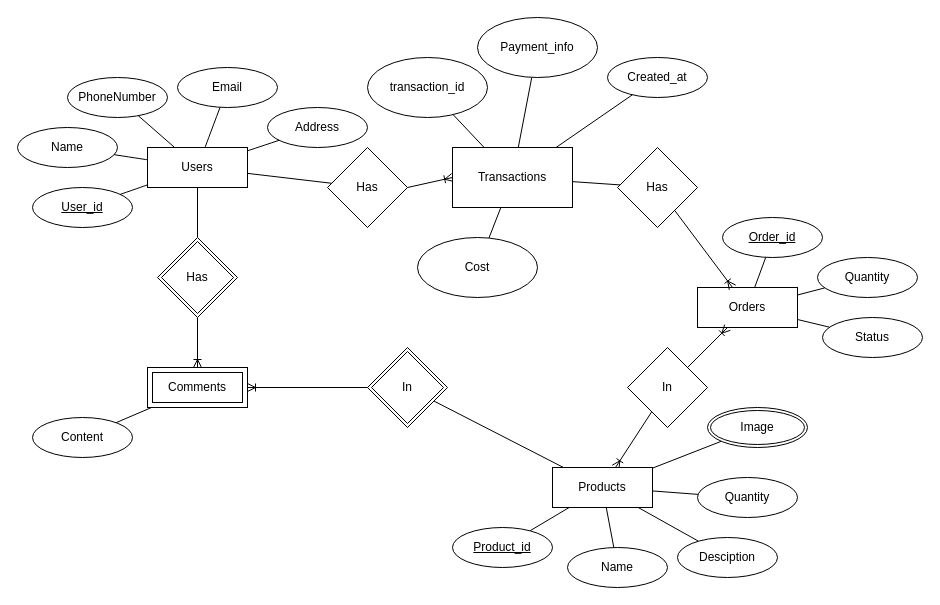
The draw.io diagram page "lược đồ E-R" (1 of 2) of Untitled Diagram.drawio in nguyenson66/smart_phone, before the edit. Source tidied: cells renumbered, new cells numbered last; positions are measured from the earlier drawing's top-left corner, leaving out a move shared by most shapes. Both pictures are drawn from the tidied source at 100%, with x=0, y=0 at pixel (17, 17).
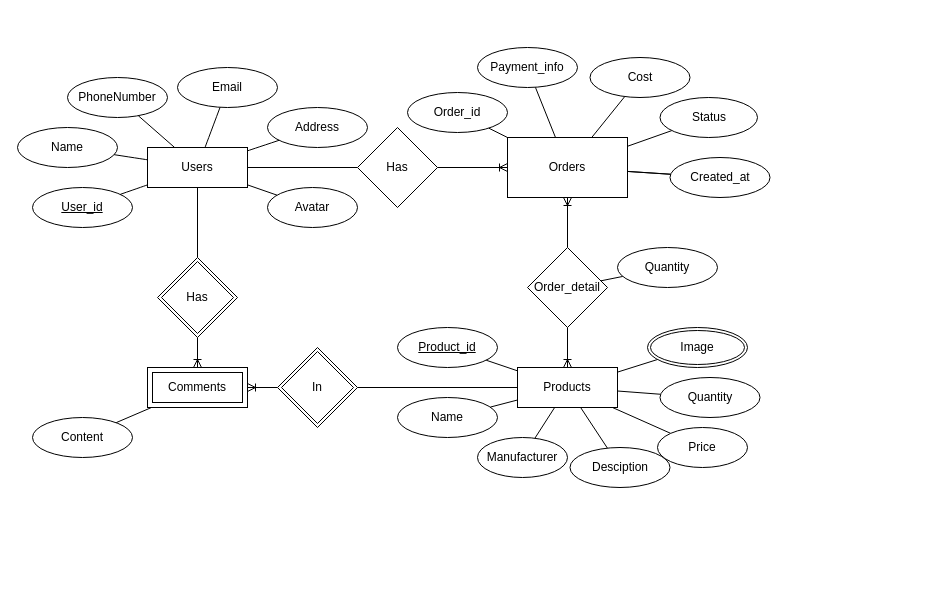
Above is the later version.

The change refers to these unchanged cells:
```xml
<mxCell id="3" value="Users" style="whiteSpace=wrap;html=1;align=center;" parent="1" vertex="1">
  <mxGeometry x="130" y="130" width="100" height="40" as="geometry" />
</mxCell>
```

The edit, as a diff of the source:
```diff
@@
+    <mxCell id="60" style="edgeStyle=none;rounded=0;jettySize=auto;html=1;startArrow=none;startFill=0;endArrow=none;endFill=0;" parent="1" edge="1" source="3" target="68">
+      <mxGeometry relative="1" as="geometry" />
+    </mxCell>
@@
-    <mxCell id="4" style="edgeStyle=none;rounded=1;jettySize=auto;html=1;startArrow=ERoneToMany;startFill=0;endArrow=none;endFill=0;strokeColor=default;" parent="1" edge="1" source="5" target="40">
-      <mxGeometry relative="1" as="geometry" />
-    </mxCell>
+    <mxCell id="61" style="edgeStyle=none;rounded=0;jettySize=auto;html=1;startArrow=none;startFill=0;endArrow=none;endFill=0;" parent="1" edge="1" source="5" target="66">
+      <mxGeometry relative="1" as="geometry" />
+    </mxCell>
+    <mxCell id="62" style="edgeStyle=none;rounded=0;jettySize=auto;html=1;startArrow=none;startFill=0;endArrow=none;endFill=0;" parent="1" edge="1" source="5" target="67">
+      <mxGeometry relative="1" as="geometry" />
+    </mxCell>
     <mxCell id="5" value="Products" style="whiteSpace=wrap;html=1;align=center;" parent="1" vertex="1">
-      <mxGeometry x="535" y="450" width="100" height="40" as="geometry" />
+      <mxGeometry x="500" y="350" width="100" height="40" as="geometry" />
     </mxCell>
-    <mxCell id="6" value="Orders" style="whiteSpace=wrap;html=1;align=center;" parent="1" vertex="1">
-      <mxGeometry x="680" y="270" width="100" height="40" as="geometry" />
-    </mxCell>
@@
     <mxCell id="13" value="Product_id" style="ellipse;whiteSpace=wrap;html=1;align=center;fontStyle=4;" parent="1" vertex="1">
-      <mxGeometry x="435" y="510" width="100" height="40" as="geometry" />
+      <mxGeometry x="380" y="310" width="100" height="40" as="geometry" />
     </mxCell>
@@
     <mxCell id="15" value="Name" style="ellipse;whiteSpace=wrap;html=1;align=center;" parent="1" vertex="1">
-      <mxGeometry x="550" y="530" width="100" height="40" as="geometry" />
+      <mxGeometry x="380" y="380" width="100" height="40" as="geometry" />
     </mxCell>
@@
     <mxCell id="17" value="Desciption" style="ellipse;whiteSpace=wrap;html=1;align=center;" parent="1" vertex="1">
-      <mxGeometry x="660" y="520" width="100" height="40" as="geometry" />
+      <mxGeometry x="552.5" y="430" width="100" height="40" as="geometry" />
     </mxCell>
@@
     <mxCell id="19" value="Quantity" style="ellipse;whiteSpace=wrap;html=1;align=center;" parent="1" vertex="1">
-      <mxGeometry x="680" y="460" width="100" height="40" as="geometry" />
+      <mxGeometry x="642.5" y="360" width="100" height="40" as="geometry" />
     </mxCell>
-    <mxCell id="20" style="edgeStyle=none;rounded=1;jettySize=auto;html=1;endArrow=none;endFill=0;strokeColor=default;" parent="1" edge="1" source="21" target="6">
-      <mxGeometry relative="1" as="geometry" />
-    </mxCell>
-    <mxCell id="21" value="Order_id" style="ellipse;whiteSpace=wrap;html=1;align=center;fontStyle=4;" parent="1" vertex="1">
-      <mxGeometry x="705" y="200" width="100" height="40" as="geometry" />
-    </mxCell>
-    <mxCell id="22" style="edgeStyle=none;rounded=1;jettySize=auto;html=1;endArrow=none;endFill=0;strokeColor=default;" parent="1" edge="1" source="23" target="6">
-      <mxGeometry relative="1" as="geometry" />
-    </mxCell>
-    <mxCell id="23" value="Quantity" style="ellipse;whiteSpace=wrap;html=1;align=center;" parent="1" vertex="1">
-      <mxGeometry x="800" y="240" width="100" height="40" as="geometry" />
-    </mxCell>
-    <mxCell id="24" style="edgeStyle=none;rounded=1;jettySize=auto;html=1;endArrow=none;endFill=0;strokeColor=default;" parent="1" edge="1" source="25" target="6">
-      <mxGeometry relative="1" as="geometry" />
-    </mxCell>
-    <mxCell id="25" value="Status" style="ellipse;whiteSpace=wrap;html=1;align=center;" parent="1" vertex="1">
-      <mxGeometry x="805" y="300" width="100" height="40" as="geometry" />
-    </mxCell>
@@
     <mxCell id="35" value="Has" style="rhombus;whiteSpace=wrap;html=1;" parent="1" vertex="1">
-      <mxGeometry x="310" y="130" width="80" height="80" as="geometry" />
+      <mxGeometry x="340" y="110" width="80" height="80" as="geometry" />
     </mxCell>
     <mxCell id="36" value="Created_at" style="ellipse;whiteSpace=wrap;html=1;align=center;" parent="1" vertex="1">
-      <mxGeometry x="590" y="40" width="100" height="40" as="geometry" />
+      <mxGeometry x="652.5" y="140" width="100" height="40" as="geometry" />
     </mxCell>
@@
     <mxCell id="38" value="Image" style="ellipse;shape=doubleEllipse;margin=3;whiteSpace=wrap;html=1;align=center;" parent="1" vertex="1">
-      <mxGeometry x="690" y="390" width="100" height="40" as="geometry" />
+      <mxGeometry x="630" y="310" width="100" height="40" as="geometry" />
     </mxCell>
-    <mxCell id="39" style="rounded=0;jettySize=auto;html=1;endArrow=ERoneToMany;endFill=0;" parent="1" edge="1" source="40" target="6">
-      <mxGeometry relative="1" as="geometry" />
-    </mxCell>
-    <mxCell id="40" value="In" style="rhombus;whiteSpace=wrap;html=1;" parent="1" vertex="1">
-      <mxGeometry x="610" y="330" width="80" height="80" as="geometry" />
-    </mxCell>
-    <mxCell id="41" style="edgeStyle=none;rounded=1;orthogonalLoop=1;jettySize=auto;html=1;exitX=0.5;exitY=1;exitDx=0;exitDy=0;startArrow=none;startFill=0;endArrow=none;endFill=0;strokeColor=default;" parent="1" edge="1" source="23" target="23">
-      <mxGeometry relative="1" as="geometry" />
+    <mxCell id="41" style="edgeStyle=none;rounded=1;orthogonalLoop=1;jettySize=auto;html=1;exitX=0.5;exitY=1;exitDx=0;exitDy=0;startArrow=none;startFill=0;endArrow=none;endFill=0;strokeColor=default;" parent="1" edge="1">
+      <mxGeometry relative="1" as="geometry">
+        <mxPoint x="720" y="250" as="sourcePoint" />
+        <mxPoint x="720" y="250" as="targetPoint" />
+      </mxGeometry>
     </mxCell>
@@
     <mxCell id="47" value="Has" style="shape=rhombus;double=1;perimeter=rhombusPerimeter;whiteSpace=wrap;html=1;align=center;" parent="1" vertex="1">
-      <mxGeometry x="140" y="220" width="80" height="80" as="geometry" />
+      <mxGeometry x="140" y="240" width="80" height="80" as="geometry" />
     </mxCell>
     <mxCell id="48" value="In" style="shape=rhombus;double=1;perimeter=rhombusPerimeter;whiteSpace=wrap;html=1;align=center;" parent="1" vertex="1">
-      <mxGeometry x="350" y="330" width="80" height="80" as="geometry" />
+      <mxGeometry x="260" y="330" width="80" height="80" as="geometry" />
     </mxCell>
@@
-    <mxCell id="50" style="edgeStyle=none;rounded=0;jettySize=auto;html=1;startArrow=none;startFill=0;endArrow=none;endFill=0;" parent="1" edge="1" source="54" target="57">
+    <mxCell id="50" style="edgeStyle=none;rounded=0;jettySize=auto;html=1;startArrow=ERoneToMany;startFill=0;endArrow=none;endFill=0;" parent="1" edge="1" source="54" target="57">
       <mxGeometry relative="1" as="geometry" />
     </mxCell>
@@
+    <mxCell id="63" style="edgeStyle=none;rounded=0;jettySize=auto;html=1;startArrow=none;startFill=0;endArrow=none;endFill=0;" parent="1" edge="1" source="54" target="36">
+      <mxGeometry relative="1" as="geometry" />
+    </mxCell>
+    <mxCell id="64" style="edgeStyle=none;rounded=0;jettySize=auto;html=1;startArrow=none;startFill=0;endArrow=none;endFill=0;" parent="1" edge="1" source="54" target="25">
+      <mxGeometry relative="1" as="geometry" />
+    </mxCell>
-    <mxCell id="54" value="Transactions" style="rounded=0;whiteSpace=wrap;html=1;" parent="1" vertex="1">
-      <mxGeometry x="435" y="130" width="120" height="60" as="geometry" />
+    <mxCell id="54" value="Orders" style="rounded=0;whiteSpace=wrap;html=1;" parent="1" vertex="1">
+      <mxGeometry x="490" y="120" width="120" height="60" as="geometry" />
     </mxCell>
-    <mxCell id="55" value="transaction_id" style="ellipse;whiteSpace=wrap;html=1;rounded=0;" parent="1" vertex="1">
-      <mxGeometry x="350" y="40" width="120" height="60" as="geometry" />
+    <mxCell id="55" value="Order_id" style="ellipse;whiteSpace=wrap;html=1;rounded=0;" parent="1" vertex="1">
+      <mxGeometry x="390" y="75" width="100" height="40" as="geometry" />
     </mxCell>
-    <mxCell id="56" style="edgeStyle=none;rounded=0;jettySize=auto;html=1;startArrow=none;startFill=0;endArrow=ERoneToMany;endFill=0;" parent="1" edge="1" source="57" target="6">
+    <mxCell id="56" style="edgeStyle=none;rounded=0;jettySize=auto;html=1;startArrow=none;startFill=0;endArrow=ERoneToMany;endFill=0;" parent="1" edge="1" source="57" target="5">
       <mxGeometry relative="1" as="geometry" />
     </mxCell>
+    <mxCell id="65" style="rounded=0;jettySize=auto;html=1;startArrow=none;startFill=0;endArrow=none;endFill=0;" parent="1" edge="1" source="57" target="23">
+      <mxGeometry relative="1" as="geometry" />
+    </mxCell>
-    <mxCell id="57" value="Has" style="rhombus;whiteSpace=wrap;html=1;rounded=0;" parent="1" vertex="1">
-      <mxGeometry x="600" y="130" width="80" height="80" as="geometry" />
+    <mxCell id="57" value="Order_detail" style="rhombus;whiteSpace=wrap;html=1;rounded=0;" parent="1" vertex="1">
+      <mxGeometry x="510" y="230" width="80" height="80" as="geometry" />
     </mxCell>
     <mxCell id="58" value="Payment_info" style="ellipse;whiteSpace=wrap;html=1;rounded=0;" parent="1" vertex="1">
-      <mxGeometry x="460" width="120" height="60" as="geometry" />
+      <mxGeometry x="460" y="30" width="100" height="40" as="geometry" />
     </mxCell>
     <mxCell id="59" value="Cost" style="ellipse;whiteSpace=wrap;html=1;rounded=0;" parent="1" vertex="1">
-      <mxGeometry x="400" y="220" width="120" height="60" as="geometry" />
+      <mxGeometry x="572.5" y="40" width="100" height="40" as="geometry" />
     </mxCell>
+    <mxCell id="23" value="Quantity" style="ellipse;whiteSpace=wrap;html=1;rounded=0;" parent="1" vertex="1">
+      <mxGeometry x="600" y="230" width="100" height="40" as="geometry" />
+    </mxCell>
+    <mxCell id="25" value="Status" style="ellipse;whiteSpace=wrap;html=1;rounded=0;" parent="1" vertex="1">
+      <mxGeometry x="642.5" y="80" width="97.5" height="40" as="geometry" />
+    </mxCell>
+    <mxCell id="66" value="Price" style="ellipse;whiteSpace=wrap;html=1;" parent="1" vertex="1">
+      <mxGeometry x="640" y="410" width="90" height="40" as="geometry" />
+    </mxCell>
+    <mxCell id="67" value="Manufacturer" style="ellipse;whiteSpace=wrap;html=1;" parent="1" vertex="1">
+      <mxGeometry x="460" y="420" width="90" height="40" as="geometry" />
+    </mxCell>
+    <mxCell id="68" value="Avatar" style="ellipse;whiteSpace=wrap;html=1;" parent="1" vertex="1">
+      <mxGeometry x="250" y="170" width="90" height="40" as="geometry" />
+    </mxCell>
```
